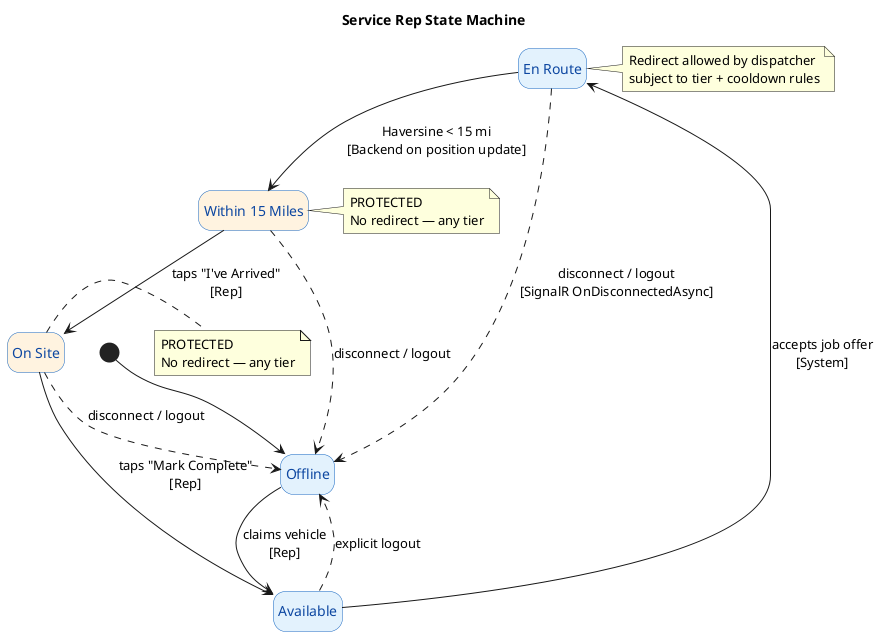
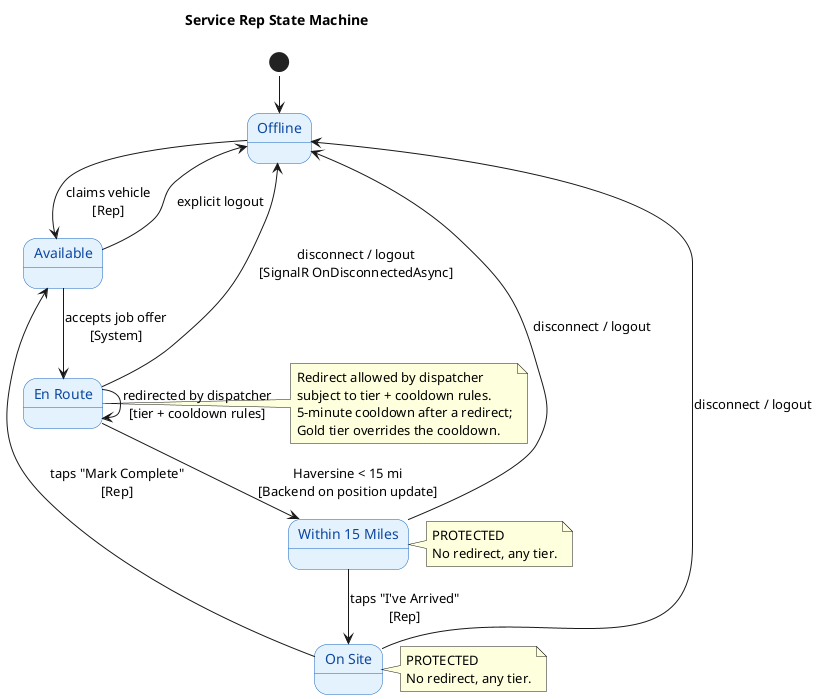
@startuml rep-state-machine
- hide empty description
+ !pragma layout smetana
title Service Rep State Machine

skinparam state {
    BackgroundColor #E3F2FD
    BorderColor #1565C0
    FontColor #0D47A1
}

state "Offline" as Offline
state "Available" as Available
state "En Route" as EnRoute
- state "Within 15 Miles" as Within15Miles #FFF3E0
- state "On Site" as OnSite #FFF3E0
+ state "Within 15 Miles" as Within15Miles
+ state "On Site" as OnSite

[*] --> Offline

Offline --> Available : claims vehicle\n[Rep]
Available --> EnRoute : accepts job offer\n[System]
EnRoute --> Within15Miles : Haversine < 15 mi\n[Backend on position update]
Within15Miles --> OnSite : taps "I've Arrived"\n[Rep]
OnSite --> Available : taps "Mark Complete"\n[Rep]

- EnRoute -[dashed]-> Offline : disconnect / logout\n[SignalR OnDisconnectedAsync]
- Within15Miles -[dashed]-> Offline : disconnect / logout
- OnSite -[dashed]-> Offline : disconnect / logout
- Available -[dashed]-> Offline : explicit logout
+ EnRoute --> EnRoute : redirected by dispatcher\n[tier + cooldown rules]
+ 
+ EnRoute --> Offline : disconnect / logout\n[SignalR OnDisconnectedAsync]
+ Within15Miles --> Offline : disconnect / logout
+ OnSite --> Offline : disconnect / logout
+ Available --> Offline : explicit logout

note right of EnRoute
  Redirect allowed by dispatcher
-   subject to tier + cooldown rules
+   subject to tier + cooldown rules.
+   5-minute cooldown after a redirect;
+   Gold tier overrides the cooldown.
end note

note right of Within15Miles
  PROTECTED
-   No redirect — any tier
+   No redirect, any tier.
end note

note right of OnSite
  PROTECTED
-   No redirect — any tier
+   No redirect, any tier.
end note

@enduml

@startuml request-state-machine
- hide empty description
+ !pragma layout smetana
title Service Request State Machine

skinparam state {
    BackgroundColor #E8F5E9
    BorderColor #2E7D32
    FontColor #1B5E20
}

state "Pending" as Pending
state "Assigned" as Assigned
state "In Progress" as InProgress
state "Completed" as Completed

[*] --> Pending : requester submits

Pending --> Assigned : rep accepts job offer
- Assigned --> InProgress : rep taps "I've Arrived"
+ Assigned --> InProgress : rep taps "I've Arrived" (On Site)
InProgress --> Completed : rep taps "Mark Complete"
Completed --> [*]

- Assigned -[dashed]-> Pending : rep redirected\nOR rep goes Offline
- InProgress -[dashed]-> Pending : rep goes Offline mid-job
+ Assigned --> Pending : rep redirected\nOR rep goes Offline
+ InProgress --> Pending : rep goes Offline mid-job

@enduml

@startuml vehicle-state-machine
- hide empty description
+ !pragma layout smetana
title Vehicle State Machine

skinparam state {
    BackgroundColor #F3E5F5
    BorderColor #6A1B9A
    FontColor #4A148C
}

state "Unclaimed" as Unclaimed
state "Claimed" as Claimed

[*] --> Unclaimed : seeded at startup

Unclaimed --> Claimed : rep selects vehicle\n[first-come, first-served]
- Claimed -[dashed]-> Unclaimed : rep logs out and releases
- Claimed -[dashed]-> Unclaimed : dispatcher force-releases
+ Claimed --> Unclaimed : rep logs out and releases
+ Claimed --> Unclaimed : dispatcher force-releases

note right of Claimed
  Stays claimed if rep disconnects.
  Released only by rep re-login + release
  or dispatcher force-release.
end note

@enduml

@startuml job-offer-state-machine
- hide empty description
+ !pragma layout smetana
title Job Offer State Machine

skinparam state {
    BackgroundColor #FFF8E1
    BorderColor #F57F17
    FontColor #E65100
}

state "Pending" as Pending
state "Accepted" as Accepted
state "Declined" as Declined
state "Expired" as Expired

[*] --> Pending : offer sent to rep\n(60s countdown starts)

Pending --> Accepted : rep taps Accept
Pending --> Declined : rep taps Decline
Pending --> Expired : 60s elapsed, no response

- Accepted --> [*] : request → Assigned
+ Accepted --> [*] : request becomes Assigned
Declined --> [*] : next best rep offered
Expired --> [*] : treated as Declined\nrep permanently skipped for this job

note bottom of Expired
  Expired = Declined for all
  business rule purposes.
  Rep skipped even if request re-queues.
end note

@enduml
